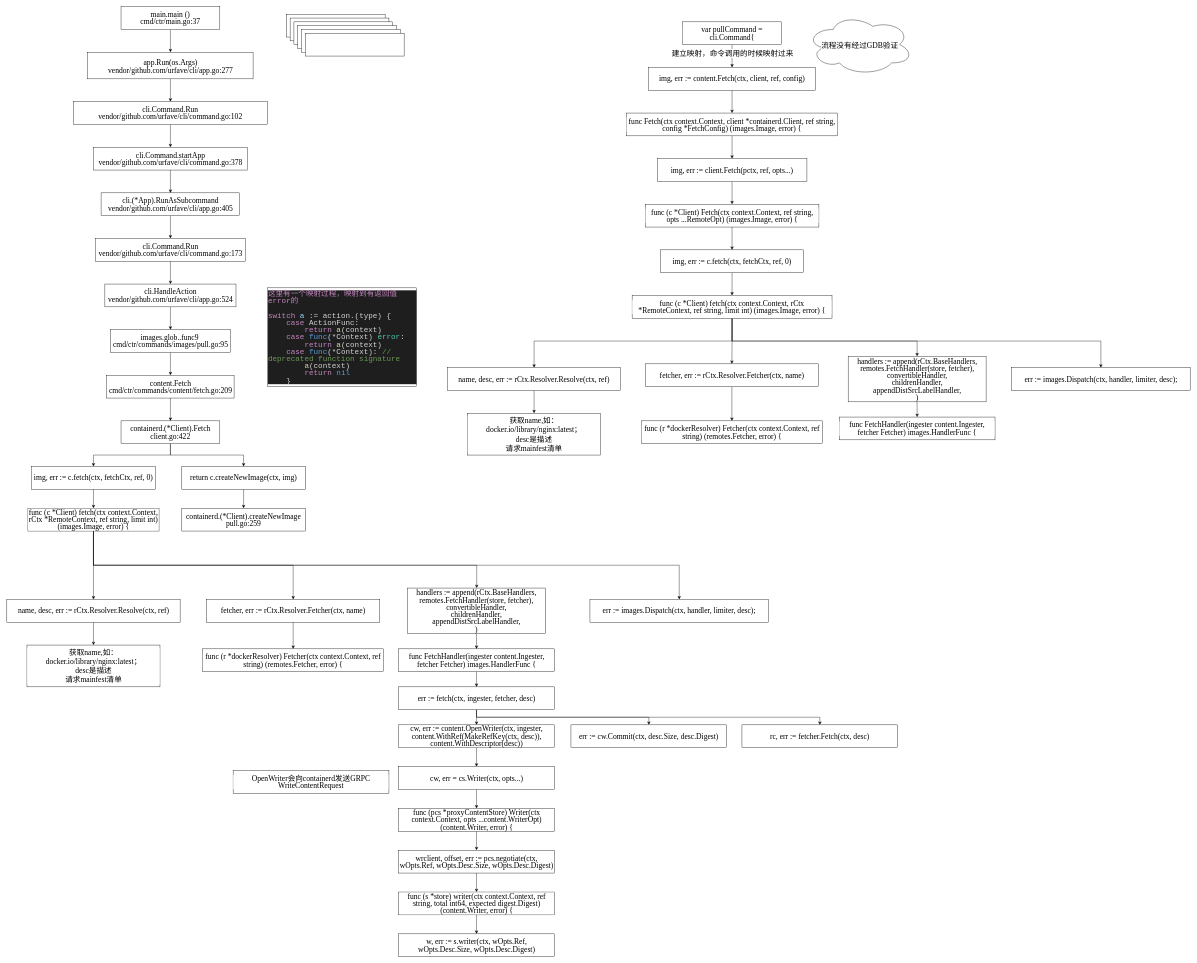
CongMinYin/flow keeps this draw.io diagram as page "containerd" (1 of 4) of Ceph Librbd PWL .drawio. Above is the earlier version. Source tidied: cells renumbered, new cells numbered last; positions are measured from the earlier drawing's top-left corner, leaving out a move shared by most shapes. Both pictures are drawn from the tidied source at 38%, with x=0, y=0 at pixel (7, 6).
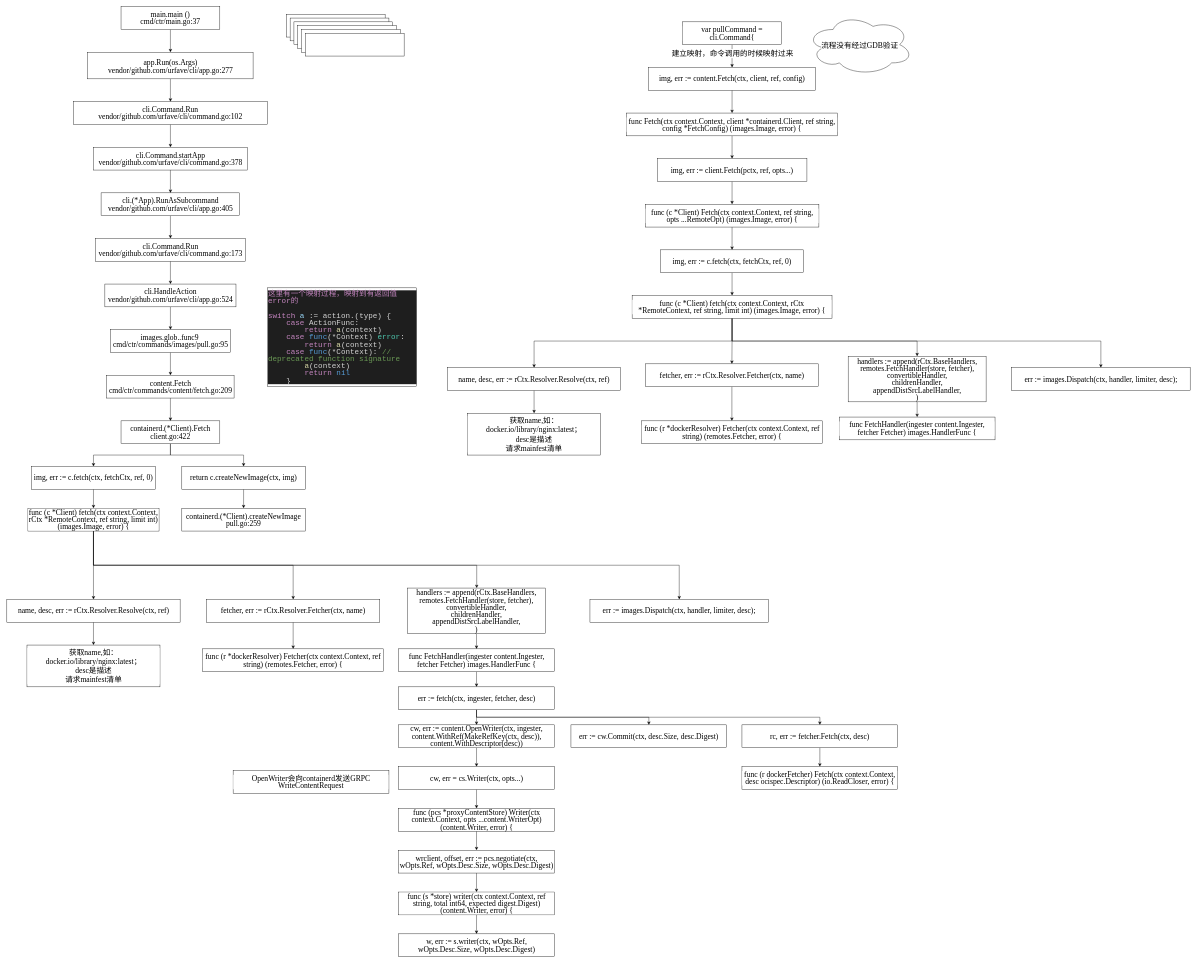
Above is the later version.

The change refers to these unchanged cells:
```xml
<mxCell id="97" value="&lt;div style=&quot;line-height: 19px;&quot;&gt;rc, err := fetcher.Fetch(ctx, desc)&lt;br&gt;&lt;/div&gt;" style="rounded=0;whiteSpace=wrap;html=1;labelBackgroundColor=default;fontColor=#000000;fontFamily=Times New Roman;fontSize=20;" parent="1" vertex="1">
  <mxGeometry x="1934" y="1890" width="410" height="60" as="geometry" />
</mxCell>
```

Diff of the diagram source:
```diff
@@
+    <mxCell id="98" style="edgeStyle=orthogonalEdgeStyle;rounded=0;jettySize=auto;html=1;exitX=0.5;exitY=1;exitDx=0;exitDy=0;entryX=0.5;entryY=0;entryDx=0;entryDy=0;" parent="1" edge="1" source="97" target="99">
+      <mxGeometry relative="1" as="geometry" />
+    </mxCell>
@@
+    <mxCell id="99" value="&lt;div style=&quot;line-height: 19px;&quot;&gt;func (r dockerFetcher) Fetch(ctx context.Context, desc ocispec.Descriptor) (io.ReadCloser, error) {&lt;br&gt;&lt;/div&gt;" style="rounded=0;whiteSpace=wrap;html=1;labelBackgroundColor=default;fontColor=#000000;fontFamily=Times New Roman;fontSize=20;" parent="1" vertex="1">
+      <mxGeometry x="1934" y="2000" width="410" height="60" as="geometry" />
+    </mxCell>
```
